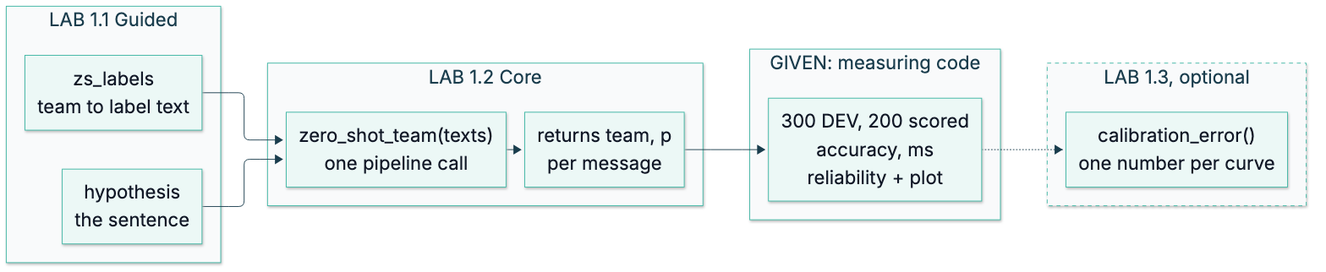
This is course/diagrams/module_03/p1-lab-map.png from axel-sirota/getting_started_jev, a Mermaid export, as it was before one commit. Its source is kept beside it as course/diagrams/module_03/p1-lab-map.mmd. The source it was exported from:
```mermaid
%%{init: {"theme": "base", "themeVariables": {"fontFamily": "Inter, sans-serif", "primaryColor": "#ECF8F6", "primaryBorderColor": "#40B8A6", "primaryTextColor": "#111827", "lineColor": "#1A3D4D", "secondaryColor": "#F9FAFB", "tertiaryColor": "#FFFFFF", "clusterBkg": "#F9FAFB", "clusterBorder": "#D1D5DB", "actorBkg": "#ECF8F6", "actorBorder": "#40B8A6", "noteBkgColor": "#FFF6DA", "noteBorderColor": "#E0B84C"}}}%%
flowchart LR
  subgraph L1["LAB 1.1 Guided"]
    Z1["zs_labels<br/>team to label text"]
    Z2["hypothesis<br/>the sentence"]
  end
  subgraph L2["LAB 1.2 Core"]
    P["zero_shot_team(texts)<br/>one pipeline call"]
    R["returns team, p<br/>per message"]
  end
  subgraph GIVEN["GIVEN: measuring code"]
    G["300 DEV, 200 scored<br/>accuracy, ms<br/>reliability + plot"]
  end
  subgraph L3["LAB 1.3, optional"]
    E["calibration_error()<br/>one number per curve"]
  end
  Z1 --> P
  Z2 --> P
  P --> R --> G
  G -.-> E
  style L3 stroke-dasharray:5 5

  classDef fail fill:#FDECEA,stroke:#B42318,stroke-width:4px
  classDef changed fill:#D5F2EC,stroke:#1A3D4D,stroke-width:4px
  classDef ok fill:#ECF8F6,stroke:#1A3D4D,stroke-width:3px
```
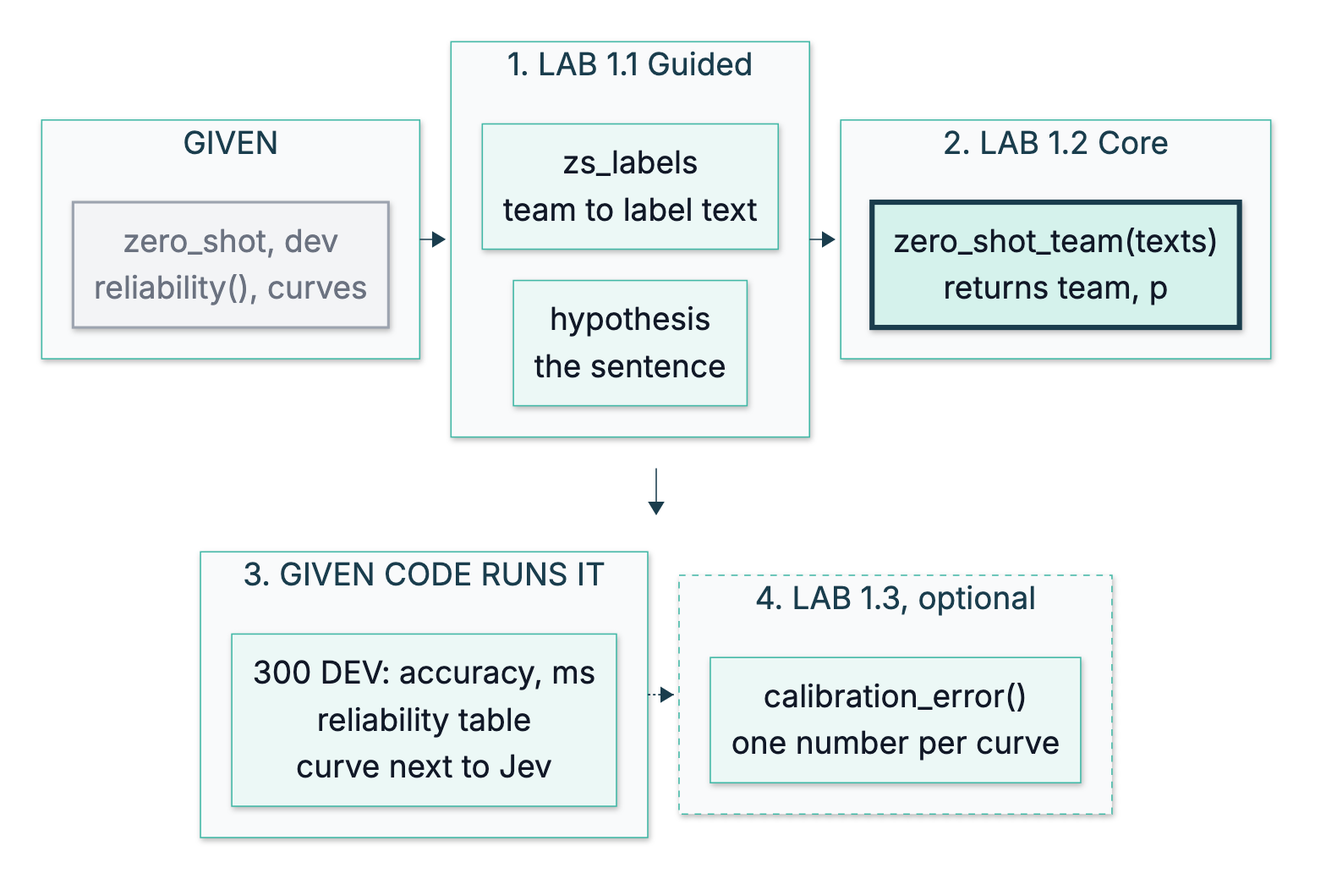
The same diagram one commit later.

The edit, as a diff of the source:
```diff
@@ -1,25 +1,40 @@
 %%{init: {"theme": "base", "themeVariables": {"fontFamily": "Inter, sans-serif", "primaryColor": "#ECF8F6", "primaryBorderColor": "#40B8A6", "primaryTextColor": "#111827", "lineColor": "#1A3D4D", "secondaryColor": "#F9FAFB", "tertiaryColor": "#FFFFFF", "clusterBkg": "#F9FAFB", "clusterBorder": "#D1D5DB", "actorBkg": "#ECF8F6", "actorBorder": "#40B8A6", "noteBkgColor": "#FFF6DA", "noteBorderColor": "#E0B84C"}}}%%
-flowchart LR
-  subgraph L1["LAB 1.1 Guided"]
-    Z1["zs_labels<br/>team to label text"]
-    Z2["hypothesis<br/>the sentence"]
+flowchart TB
+  subgraph ROW1[" "]
+    direction LR
+    subgraph GIVEN["GIVEN"]
+      G["zero_shot, dev<br/>reliability(), curves"]
+    end
+    subgraph L1["1. LAB 1.1 Guided"]
+      direction TB
+      Z1["zs_labels<br/>team to label text"]
+      Z2["hypothesis<br/>the sentence"]
+      Z1 ~~~ Z2
+    end
+    subgraph L2["2. LAB 1.2 Core"]
+      P["zero_shot_team(texts)<br/>returns team, p"]
+    end
+    GIVEN --> L1 --> L2
   end
-  subgraph L2["LAB 1.2 Core"]
-    P["zero_shot_team(texts)<br/>one pipeline call"]
-    R["returns team, p<br/>per message"]
+  subgraph ROW2[" "]
+    direction LR
+    subgraph RUN["3. GIVEN CODE RUNS IT"]
+      R["300 DEV: accuracy, ms<br/>reliability table<br/>curve next to Jev"]
+    end
+    subgraph L3["4. LAB 1.3, optional"]
+      E["calibration_error()<br/>one number per curve"]
+    end
+    RUN -.-> L3
   end
-  subgraph GIVEN["GIVEN: measuring code"]
-    G["300 DEV, 200 scored<br/>accuracy, ms<br/>reliability + plot"]
-  end
-  subgraph L3["LAB 1.3, optional"]
-    E["calibration_error()<br/>one number per curve"]
-  end
-  Z1 --> P
-  Z2 --> P
-  P --> R --> G
-  G -.-> E
-  style L3 stroke-dasharray:5 5
+  ROW1 --> ROW2
 
   classDef fail fill:#FDECEA,stroke:#B42318,stroke-width:4px
   classDef changed fill:#D5F2EC,stroke:#1A3D4D,stroke-width:4px
   classDef ok fill:#ECF8F6,stroke:#1A3D4D,stroke-width:3px
+  classDef muted fill:#F3F4F6,stroke:#9CA3AF,stroke-width:2px,color:#6B7280
+  classDef human fill:#FFF6DA,stroke:#E0B84C,stroke-width:3px
+  style ROW1 fill:none,stroke:none
+  style ROW2 fill:none,stroke:none
+  class G muted
+  class P changed
+  style L3 stroke-dasharray:5 5
```
